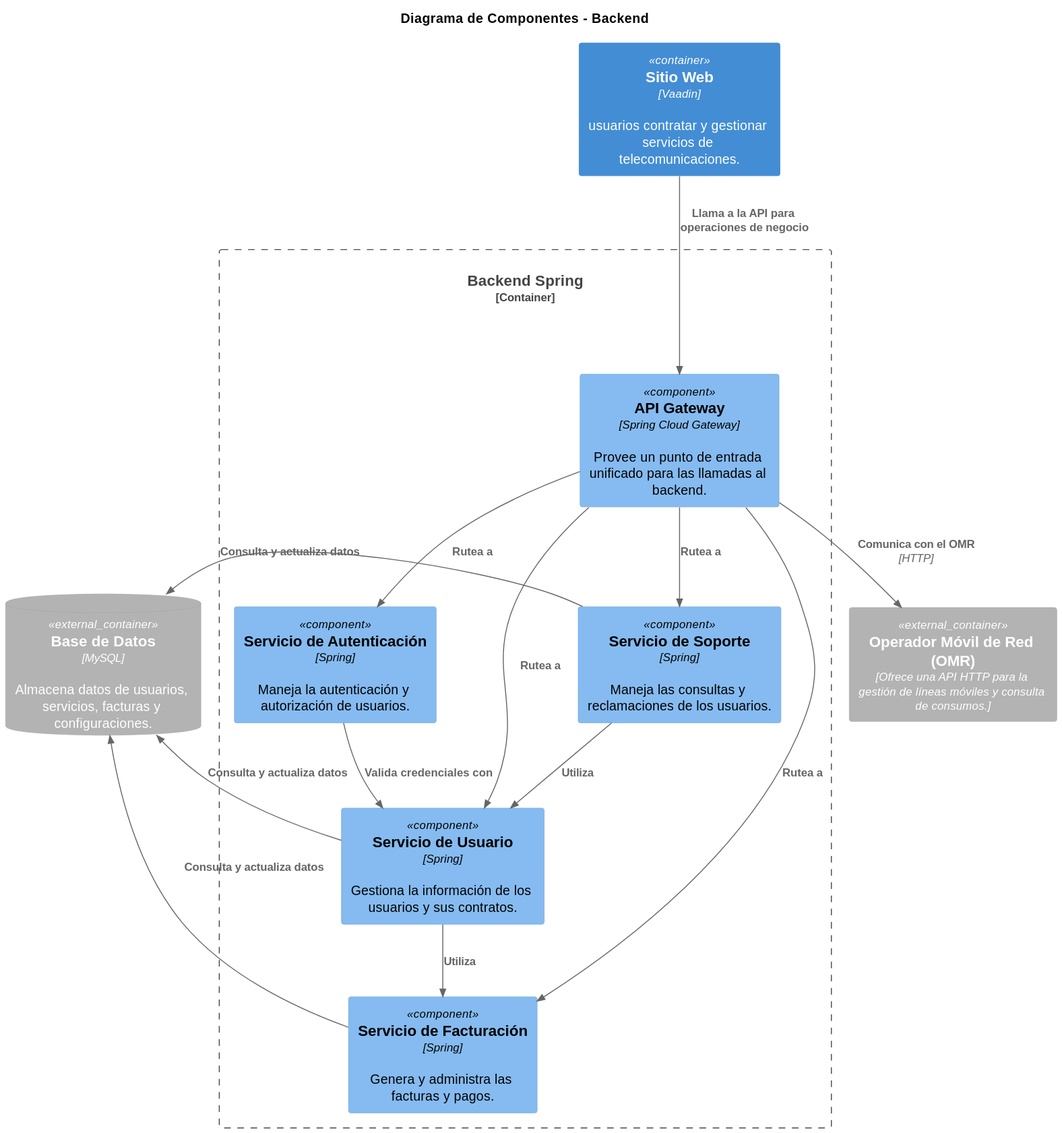
Earlier version of the PlantUML export docs/diagrams/BackendComponentDiagramC4.svg (davidbp10/iw2023-2024-MovilUCA).
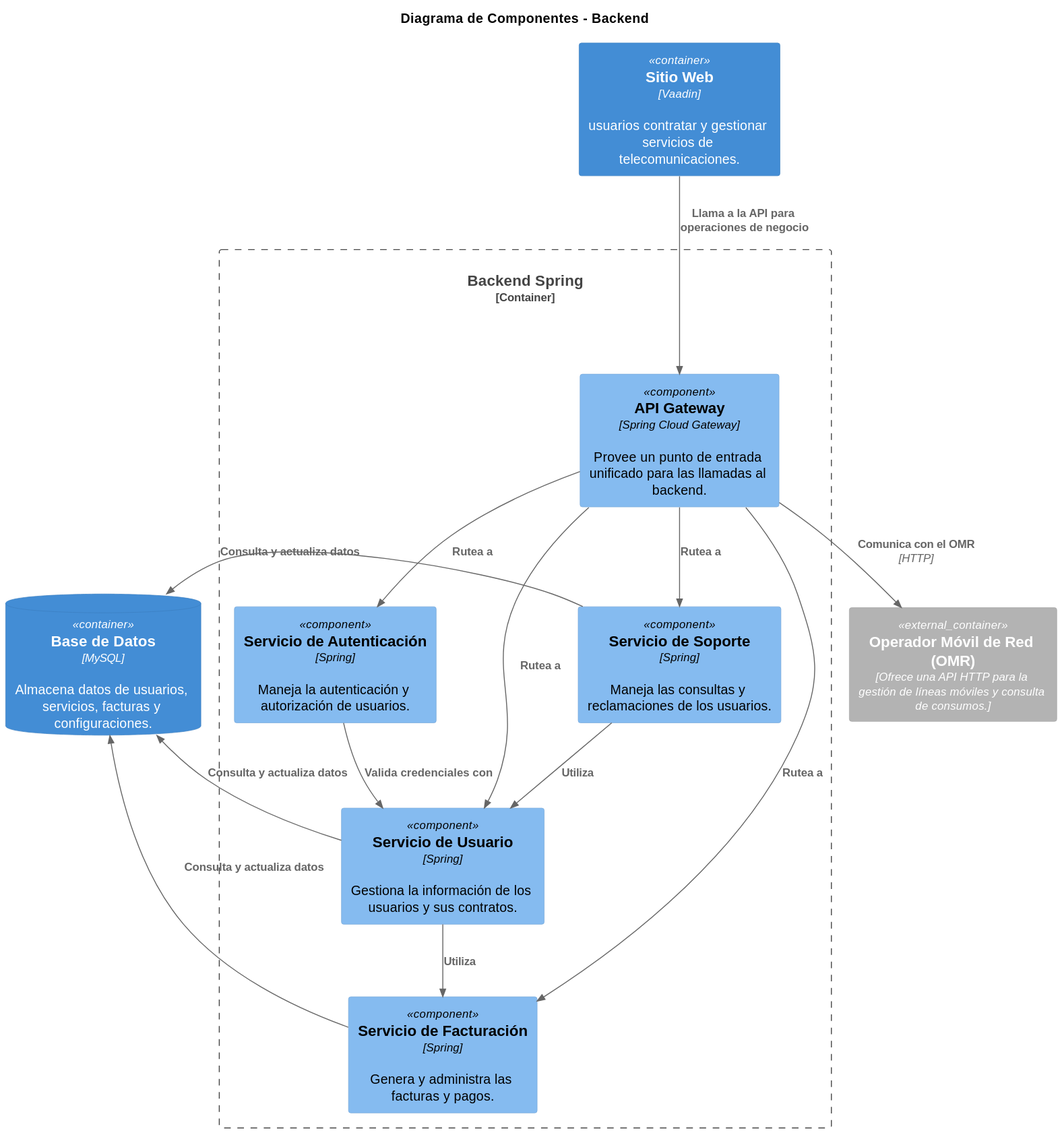
After the change.

What changed in the source:
```diff
@@ -22,7 +22,7 @@
 }
 
 
-ContainerDb_Ext(bd, "Base de Datos", "MySQL", "Almacena datos de usuarios, servicios, facturas y configuraciones.")
+ContainerDb(bd, "Base de Datos", "MySQL", "Almacena datos de usuarios, servicios, facturas y configuraciones.")
 Container_Ext(omr, "Operador Móvil de Red (OMR)", "Ofrece una API HTTP para la gestión de líneas móviles y consulta de consumos.")
 
 Rel(web, apiGateway, "Llama a la API para operaciones de negocio")
```
